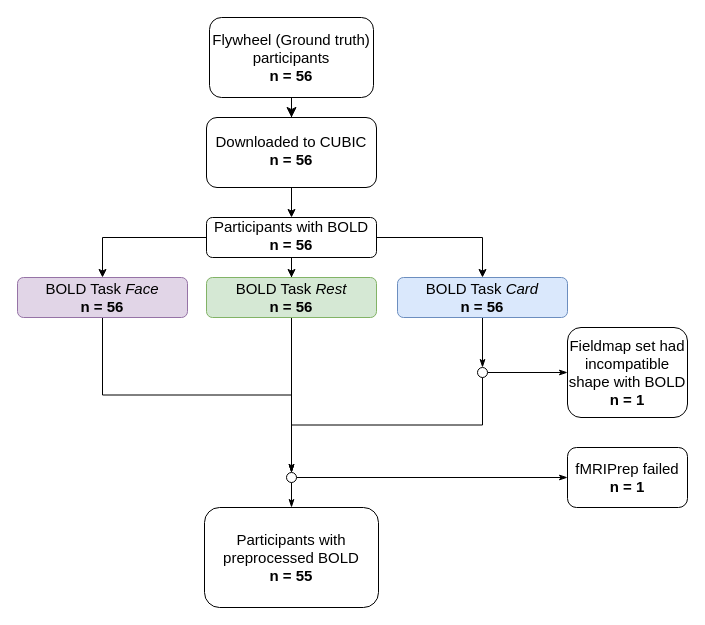
The draw.io diagram projects/fndm1/DataProcessingFlow_fndm1.drawio in PennLINC/Reward, before the edit. Source tidied: cells renumbered, new cells numbered last; positions are measured from the earlier drawing's top-left corner, leaving out a move shared by most shapes. Both pictures are drawn from the tidied source at 100%, with x=0, y=0 at pixel (17, 17).
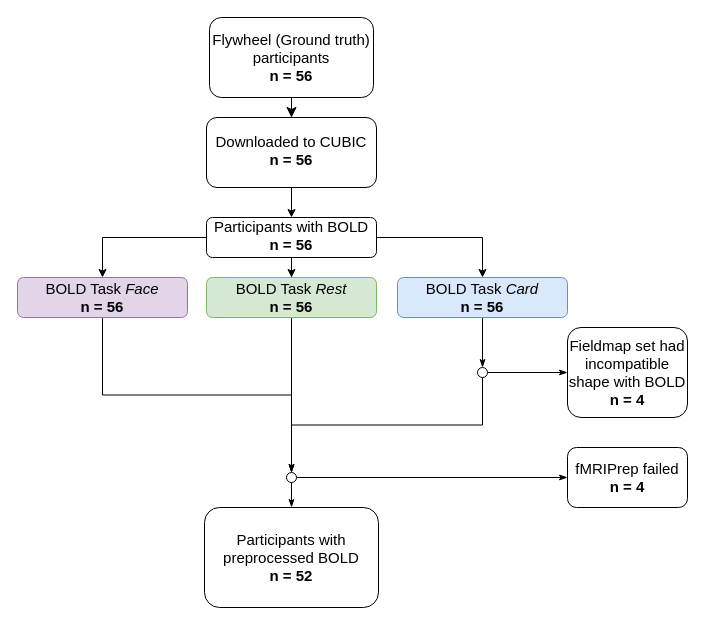
Above is the later version.

Change to the diagram source:
```diff
@@
-    <mxCell id="12" value="Fieldmap set had incompatible shape with BOLD&lt;br style=&quot;font-size: 15px;&quot;&gt;&lt;b style=&quot;font-size: 15px;&quot;&gt;n&amp;nbsp;= 1&lt;/b&gt;" style="rounded=1;whiteSpace=wrap;html=1;fontSize=15;" parent="1" vertex="1">
+    <mxCell id="12" value="Fieldmap set had incompatible shape with BOLD&lt;br style=&quot;font-size: 15px&quot;&gt;&lt;b style=&quot;font-size: 15px&quot;&gt;n&amp;nbsp;= 4&lt;/b&gt;" style="rounded=1;whiteSpace=wrap;html=1;fontSize=15;" parent="1" vertex="1">
       <mxGeometry x="550" y="310" width="120" height="90" as="geometry" />
     </mxCell>
@@
-    <mxCell id="20" value="fMRIPrep failed&lt;br style=&quot;font-size: 15px;&quot;&gt;&lt;b style=&quot;font-size: 15px;&quot;&gt;n = 1&lt;/b&gt;" style="rounded=1;whiteSpace=wrap;html=1;fontSize=15;" parent="1" vertex="1">
+    <mxCell id="20" value="fMRIPrep failed&lt;br style=&quot;font-size: 15px&quot;&gt;&lt;b style=&quot;font-size: 15px&quot;&gt;n = 4&lt;/b&gt;" style="rounded=1;whiteSpace=wrap;html=1;fontSize=15;" parent="1" vertex="1">
       <mxGeometry x="550" y="430" width="120" height="60" as="geometry" />
     </mxCell>
-    <mxCell id="21" value="Participants with preprocessed BOLD&lt;br style=&quot;font-size: 15px;&quot;&gt;&lt;b style=&quot;font-size: 15px;&quot;&gt;n = 55&lt;/b&gt;" style="whiteSpace=wrap;html=1;rounded=1;fontSize=15;" parent="1" vertex="1">
+    <mxCell id="21" value="Participants with preprocessed BOLD&lt;br style=&quot;font-size: 15px&quot;&gt;&lt;b style=&quot;font-size: 15px&quot;&gt;n = 52&lt;/b&gt;" style="whiteSpace=wrap;html=1;rounded=1;fontSize=15;" parent="1" vertex="1">
       <mxGeometry x="187" y="490" width="174" height="100" as="geometry" />
     </mxCell>
```
